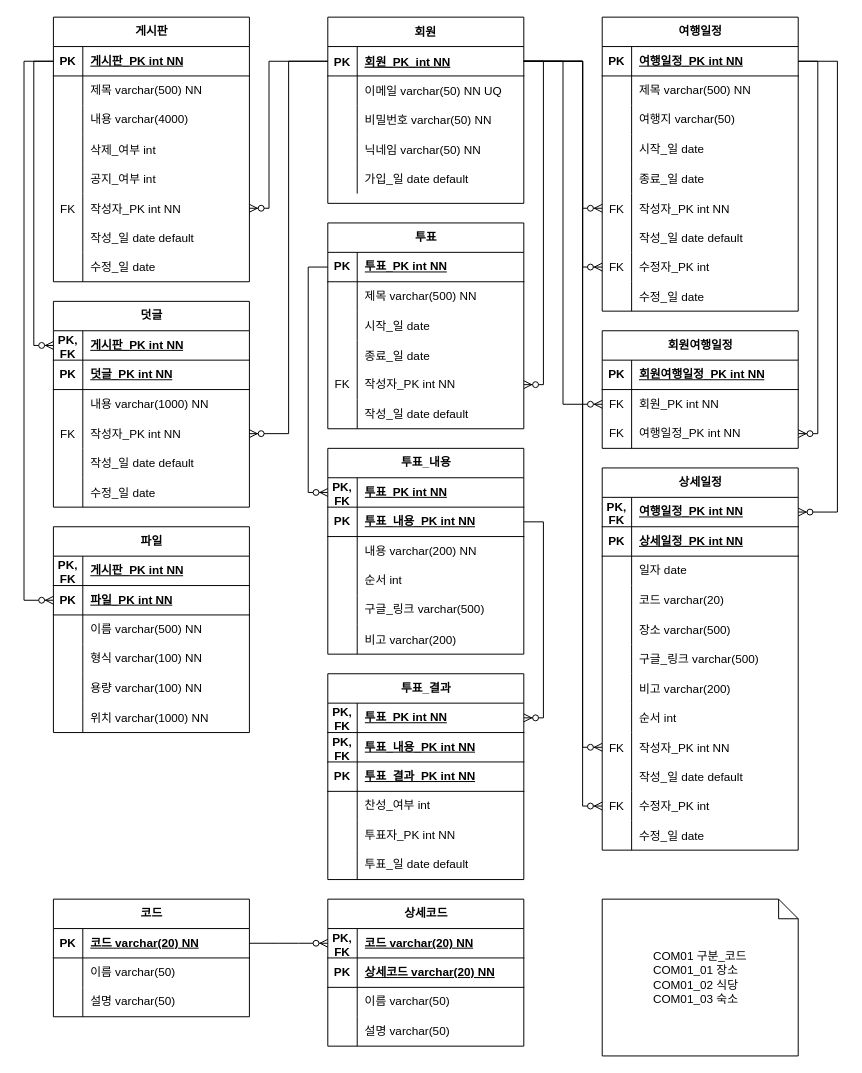
Hevrica/itinerary_be keeps this draw.io diagram as erd/itinerary_erd_logical.drawio. Above is the earlier version. Source tidied: cells renumbered, new cells numbered last; positions are measured from the earlier drawing's top-left corner, leaving out a move shared by most shapes. Both pictures are drawn from the tidied source at 98%, with x=0, y=0 at pixel (24, 17).
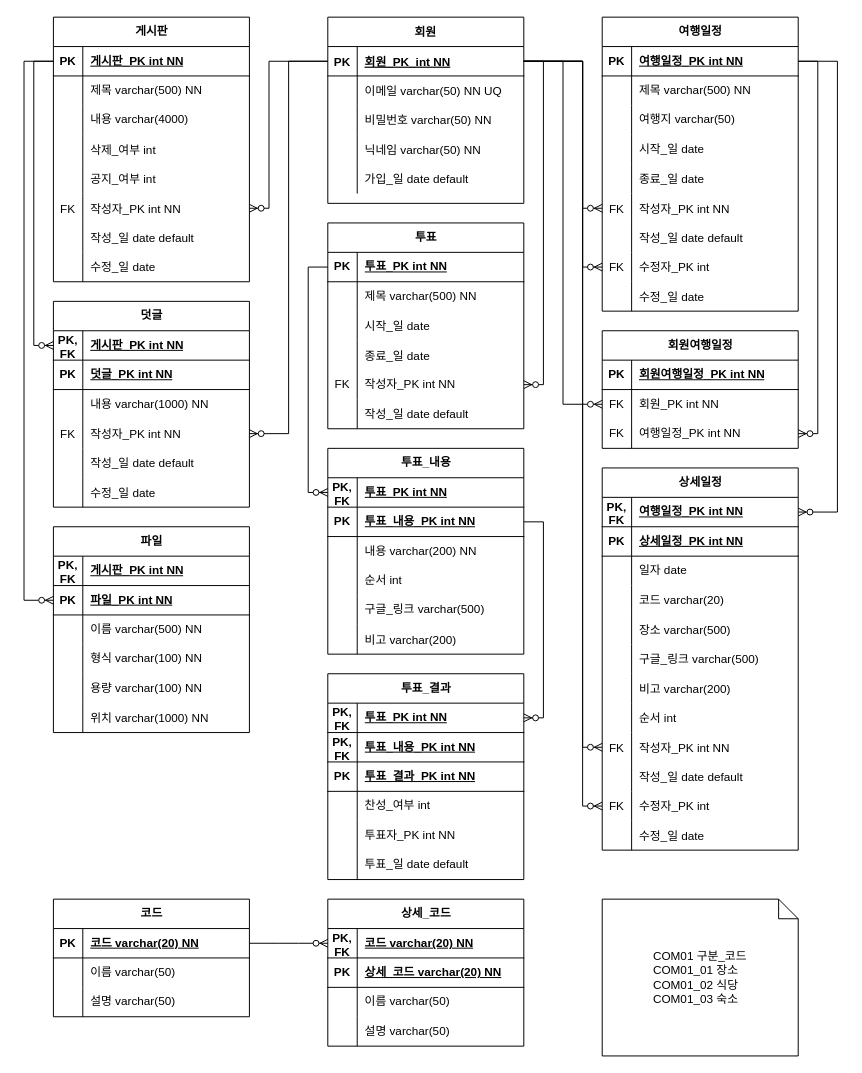
The same page after the edit.

Unchanged cells that the change refers to:
```xml
<mxCell id="107" style="shape=tableRow;horizontal=0;startSize=0;swimlaneHead=0;swimlaneBody=0;fillColor=none;top=0;left=0;right=0;bottom=1;" parent="103" vertex="1">
  <mxGeometry y="60" width="200" height="30" as="geometry" />
</mxCell>
```

Diff of the diagram source:
```diff
@@
-    <mxCell id="103" value="상세코드" style="shape=table;startSize=30;childLayout=tableLayout;rowLines=0;fontStyle=1;align=center;html=1;" parent="1" vertex="1">
+    <mxCell id="103" value="상세_코드" style="shape=table;startSize=30;childLayout=tableLayout;rowLines=0;fontStyle=1;align=center;html=1;" parent="1" vertex="1">
       <mxGeometry x="310" y="900" width="200" height="150" as="geometry" />
     </mxCell>
@@
-    <mxCell id="109" value="상세코드 varchar(20) NN" style="shape=partialRectangle;fillColor=none;top=0;left=0;bottom=0;right=0;align=left;spacingLeft=6;fontStyle=5;overflow=hidden;whiteSpace=wrap;html=1;" parent="107" vertex="1">
+    <mxCell id="109" value="상세_코드 varchar(20) NN" style="shape=partialRectangle;fillColor=none;top=0;left=0;bottom=0;right=0;align=left;spacingLeft=6;fontStyle=5;overflow=hidden;whiteSpace=wrap;html=1;" parent="107" vertex="1">
       <mxGeometry x="30" width="170" height="30" as="geometry" />
     </mxCell>
```
